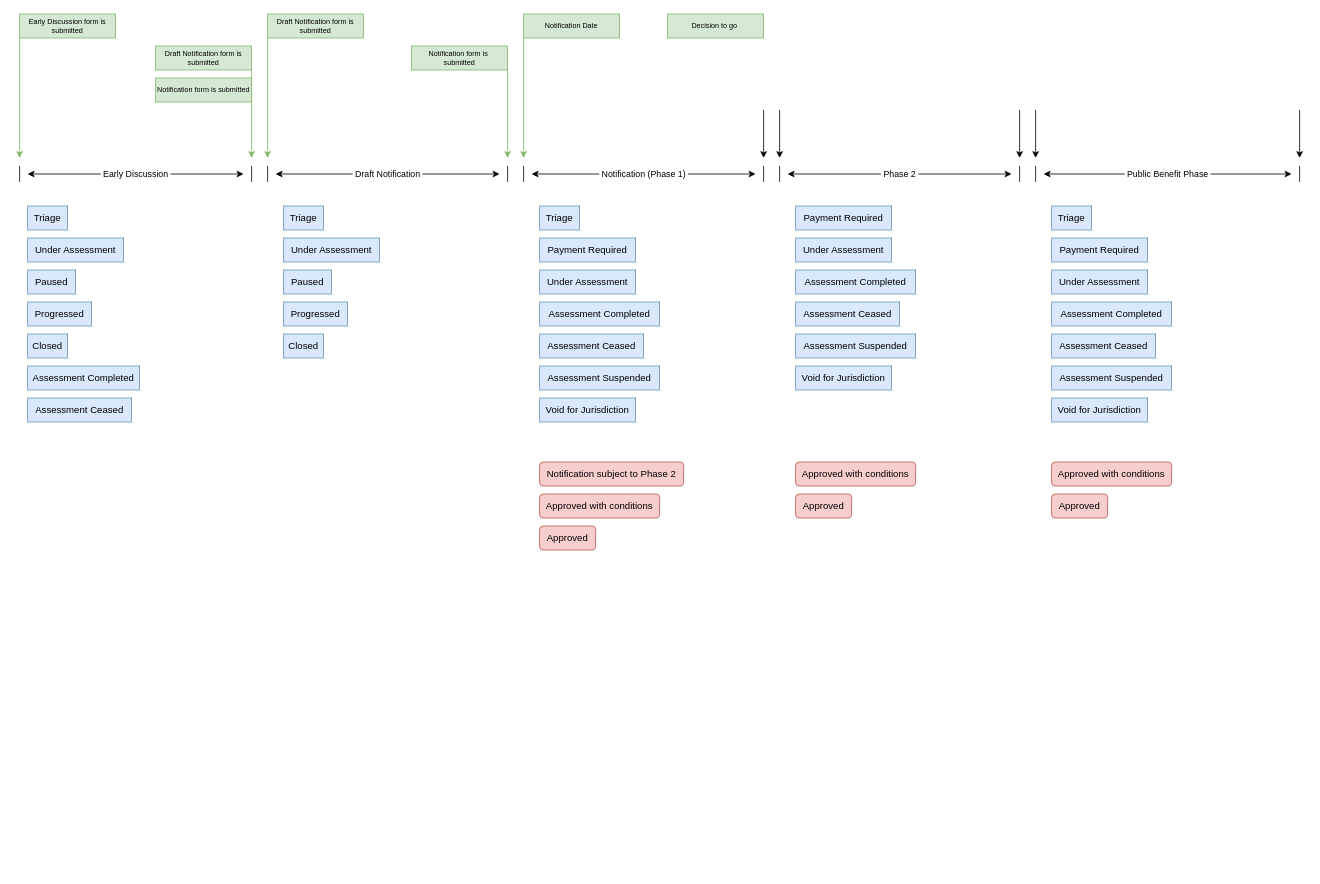
This is logging/Merger Matter Phase and Status.drawio from danieldotskc/helloworld, a draw.io file, before an edit. Source tidied: cells renumbered, new cells numbered last; positions are measured from the earlier drawing's top-left corner, leaving out a move shared by most shapes. Both pictures are drawn from the tidied source at 80%, with x=0, y=0 at pixel (19, 14).
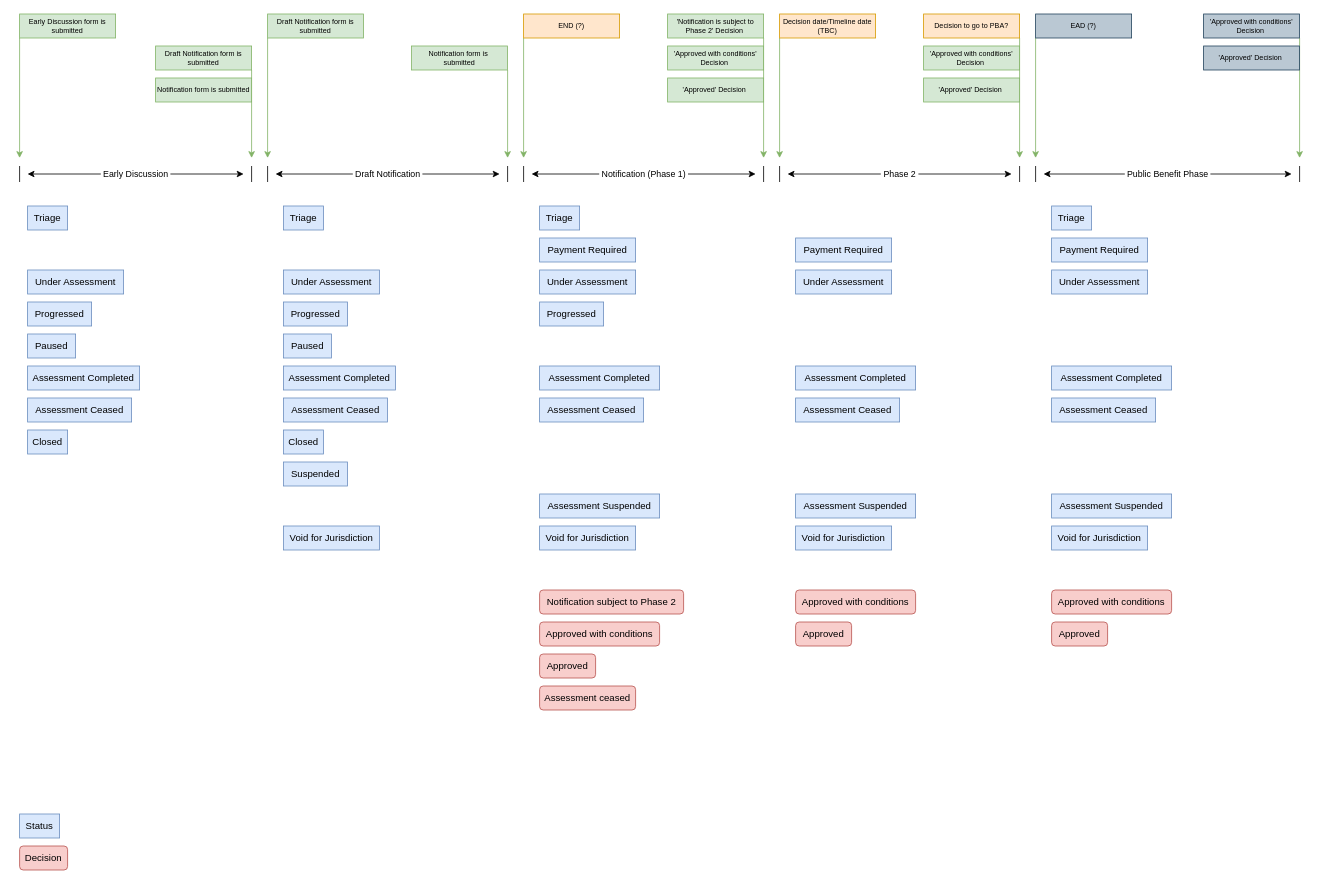
After the change.

Diff of the diagram source:
```diff
@@
     <mxCell id="14" value="Under Assessment" style="rounded=0;whiteSpace=wrap;html=1;fillColor=#dae8fc;strokeColor=#6c8ebf;" parent="1" vertex="1">
-      <mxGeometry x="10" y="280" width="120" height="30" as="geometry" />
+      <mxGeometry x="10" y="320" width="120" height="30" as="geometry" />
     </mxCell>
     <mxCell id="15" value="Paused" style="rounded=0;whiteSpace=wrap;html=1;fillColor=#dae8fc;strokeColor=#6c8ebf;" parent="1" vertex="1">
-      <mxGeometry x="10" y="320" width="60" height="30" as="geometry" />
+      <mxGeometry x="10" y="400" width="60" height="30" as="geometry" />
     </mxCell>
     <mxCell id="16" value="Closed" style="rounded=0;whiteSpace=wrap;html=1;fillColor=#dae8fc;strokeColor=#6c8ebf;" parent="1" vertex="1">
-      <mxGeometry x="10" y="400" width="50" height="30" as="geometry" />
+      <mxGeometry x="10" y="520" width="50" height="30" as="geometry" />
     </mxCell>
@@
     <mxCell id="19" value="Under Assessment" style="rounded=0;whiteSpace=wrap;html=1;fillColor=#dae8fc;strokeColor=#6c8ebf;" parent="1" vertex="1">
-      <mxGeometry x="330" y="280" width="120" height="30" as="geometry" />
+      <mxGeometry x="330" y="320" width="120" height="30" as="geometry" />
     </mxCell>
     <mxCell id="20" value="Paused" style="rounded=0;whiteSpace=wrap;html=1;fillColor=#dae8fc;strokeColor=#6c8ebf;" parent="1" vertex="1">
-      <mxGeometry x="330" y="320" width="60" height="30" as="geometry" />
+      <mxGeometry x="330" y="400" width="60" height="30" as="geometry" />
     </mxCell>
     <mxCell id="21" value="Closed" style="rounded=0;whiteSpace=wrap;html=1;fillColor=#dae8fc;strokeColor=#6c8ebf;" parent="1" vertex="1">
-      <mxGeometry x="330" y="400" width="50" height="30" as="geometry" />
+      <mxGeometry x="330" y="520" width="50" height="30" as="geometry" />
     </mxCell>
@@
     <mxCell id="25" value="Assessment Completed" style="rounded=0;whiteSpace=wrap;html=1;fillColor=#dae8fc;strokeColor=#6c8ebf;" parent="1" vertex="1">
-      <mxGeometry x="650" y="360" width="150" height="30" as="geometry" />
+      <mxGeometry x="650" y="440" width="150" height="30" as="geometry" />
     </mxCell>
     <mxCell id="26" value="Void for Jurisdiction" style="rounded=0;whiteSpace=wrap;html=1;fillColor=#dae8fc;strokeColor=#6c8ebf;" parent="1" vertex="1">
-      <mxGeometry x="650" y="480" width="120" height="30" as="geometry" />
+      <mxGeometry x="650" y="640" width="120" height="30" as="geometry" />
     </mxCell>
@@
     <mxCell id="28" value="Assessment Ceased" style="rounded=0;whiteSpace=wrap;html=1;fillColor=#dae8fc;strokeColor=#6c8ebf;" parent="1" vertex="1">
-      <mxGeometry x="650" y="400" width="130" height="30" as="geometry" />
+      <mxGeometry x="650" y="480" width="130" height="30" as="geometry" />
     </mxCell>
     <mxCell id="29" value="Assessment Suspended" style="rounded=0;whiteSpace=wrap;html=1;fillColor=#dae8fc;strokeColor=#6c8ebf;" parent="1" vertex="1">
-      <mxGeometry x="650" y="440" width="150" height="30" as="geometry" />
+      <mxGeometry x="650" y="600" width="150" height="30" as="geometry" />
     </mxCell>
     <mxCell id="30" value="Under Assessment" style="rounded=0;whiteSpace=wrap;html=1;fillColor=#dae8fc;strokeColor=#6c8ebf;" parent="1" vertex="1">
-      <mxGeometry x="970" y="280" width="120" height="30" as="geometry" />
+      <mxGeometry x="970" y="320" width="120" height="30" as="geometry" />
     </mxCell>
     <mxCell id="31" value="Assessment Completed" style="rounded=0;whiteSpace=wrap;html=1;fillColor=#dae8fc;strokeColor=#6c8ebf;" parent="1" vertex="1">
-      <mxGeometry x="970" y="320" width="150" height="30" as="geometry" />
+      <mxGeometry x="970" y="440" width="150" height="30" as="geometry" />
     </mxCell>
     <mxCell id="32" value="Void for Jurisdiction" style="rounded=0;whiteSpace=wrap;html=1;fillColor=#dae8fc;strokeColor=#6c8ebf;" parent="1" vertex="1">
-      <mxGeometry x="970" y="440" width="120" height="30" as="geometry" />
+      <mxGeometry x="970" y="640" width="120" height="30" as="geometry" />
     </mxCell>
     <mxCell id="33" value="Payment Required" style="rounded=0;whiteSpace=wrap;html=1;fillColor=#dae8fc;strokeColor=#6c8ebf;" parent="1" vertex="1">
-      <mxGeometry x="970" y="240" width="120" height="30" as="geometry" />
+      <mxGeometry x="970" y="280" width="120" height="30" as="geometry" />
     </mxCell>
     <mxCell id="34" value="Assessment Ceased" style="rounded=0;whiteSpace=wrap;html=1;fillColor=#dae8fc;strokeColor=#6c8ebf;" parent="1" vertex="1">
-      <mxGeometry x="970" y="360" width="130" height="30" as="geometry" />
+      <mxGeometry x="970" y="480" width="130" height="30" as="geometry" />
     </mxCell>
     <mxCell id="35" value="Assessment Suspended" style="rounded=0;whiteSpace=wrap;html=1;fillColor=#dae8fc;strokeColor=#6c8ebf;" parent="1" vertex="1">
-      <mxGeometry x="970" y="400" width="150" height="30" as="geometry" />
+      <mxGeometry x="970" y="600" width="150" height="30" as="geometry" />
     </mxCell>
@@
     <mxCell id="38" value="Assessment Completed" style="rounded=0;whiteSpace=wrap;html=1;fillColor=#dae8fc;strokeColor=#6c8ebf;" parent="1" vertex="1">
-      <mxGeometry x="1290" y="360" width="150" height="30" as="geometry" />
+      <mxGeometry x="1290" y="440" width="150" height="30" as="geometry" />
     </mxCell>
     <mxCell id="39" value="Void for Jurisdiction" style="rounded=0;whiteSpace=wrap;html=1;fillColor=#dae8fc;strokeColor=#6c8ebf;" parent="1" vertex="1">
-      <mxGeometry x="1290" y="480" width="120" height="30" as="geometry" />
+      <mxGeometry x="1290" y="640" width="120" height="30" as="geometry" />
     </mxCell>
@@
     <mxCell id="41" value="Assessment Ceased" style="rounded=0;whiteSpace=wrap;html=1;fillColor=#dae8fc;strokeColor=#6c8ebf;" parent="1" vertex="1">
-      <mxGeometry x="1290" y="400" width="130" height="30" as="geometry" />
+      <mxGeometry x="1290" y="480" width="130" height="30" as="geometry" />
     </mxCell>
     <mxCell id="42" value="Assessment Suspended" style="rounded=0;whiteSpace=wrap;html=1;fillColor=#dae8fc;strokeColor=#6c8ebf;" parent="1" vertex="1">
-      <mxGeometry x="1290" y="440" width="150" height="30" as="geometry" />
+      <mxGeometry x="1290" y="600" width="150" height="30" as="geometry" />
     </mxCell>
     <mxCell id="43" value="Notification subject to Phase 2" style="rounded=1;whiteSpace=wrap;html=1;fillColor=#f8cecc;strokeColor=#b85450;" parent="1" vertex="1">
-      <mxGeometry x="650" y="560" width="180" height="30" as="geometry" />
+      <mxGeometry x="650" y="720" width="180" height="30" as="geometry" />
     </mxCell>
     <mxCell id="44" value="Approved with conditions" style="rounded=1;whiteSpace=wrap;html=1;fillColor=#f8cecc;strokeColor=#b85450;" parent="1" vertex="1">
-      <mxGeometry x="650" y="600" width="150" height="30" as="geometry" />
+      <mxGeometry x="650" y="760" width="150" height="30" as="geometry" />
     </mxCell>
     <mxCell id="45" value="Approved" style="rounded=1;whiteSpace=wrap;html=1;fillColor=#f8cecc;strokeColor=#b85450;" parent="1" vertex="1">
-      <mxGeometry x="650" y="640" width="70" height="30" as="geometry" />
+      <mxGeometry x="650" y="800" width="70" height="30" as="geometry" />
     </mxCell>
     <mxCell id="46" value="Approved with conditions" style="rounded=1;whiteSpace=wrap;html=1;fillColor=#f8cecc;strokeColor=#b85450;" parent="1" vertex="1">
-      <mxGeometry x="970" y="560" width="150" height="30" as="geometry" />
+      <mxGeometry x="970" y="720" width="150" height="30" as="geometry" />
     </mxCell>
     <mxCell id="47" value="Approved" style="rounded=1;whiteSpace=wrap;html=1;fillColor=#f8cecc;strokeColor=#b85450;" parent="1" vertex="1">
-      <mxGeometry x="970" y="600" width="70" height="30" as="geometry" />
+      <mxGeometry x="970" y="760" width="70" height="30" as="geometry" />
     </mxCell>
     <mxCell id="48" value="Approved with conditions" style="rounded=1;whiteSpace=wrap;html=1;fillColor=#f8cecc;strokeColor=#b85450;" parent="1" vertex="1">
-      <mxGeometry x="1290" y="560" width="150" height="30" as="geometry" />
+      <mxGeometry x="1290" y="720" width="150" height="30" as="geometry" />
     </mxCell>
     <mxCell id="49" value="Approved" style="rounded=1;whiteSpace=wrap;html=1;fillColor=#f8cecc;strokeColor=#b85450;" parent="1" vertex="1">
-      <mxGeometry x="1290" y="600" width="70" height="30" as="geometry" />
+      <mxGeometry x="1290" y="760" width="70" height="30" as="geometry" />
     </mxCell>
@@
-    <mxCell id="59" style="endArrow=classic;html=1;rounded=0;" parent="1" edge="1">
+    <mxCell id="59" style="endArrow=classic;html=1;rounded=0;exitX=1;exitY=1;exitDx=0;exitDy=0;fillColor=#d5e8d4;strokeColor=#82b366;" parent="1" edge="1" source="70">
       <mxGeometry relative="1" as="geometry">
-        <mxPoint x="930" y="120" as="sourcePoint" />
         <mxPoint x="930" y="180" as="targetPoint" />
       </mxGeometry>
     </mxCell>
-    <mxCell id="60" style="endArrow=classic;html=1;rounded=0;" parent="1" edge="1">
+    <mxCell id="60" style="endArrow=classic;html=1;rounded=0;exitX=0;exitY=1;exitDx=0;exitDy=0;fillColor=#d5e8d4;strokeColor=#82b366;" parent="1" edge="1" source="81">
       <mxGeometry relative="1" as="geometry">
-        <mxPoint x="950" y="120" as="sourcePoint" />
         <mxPoint x="950" y="180" as="targetPoint" />
       </mxGeometry>
     </mxCell>
-    <mxCell id="61" style="endArrow=classic;html=1;rounded=0;" parent="1" edge="1">
+    <mxCell id="61" style="endArrow=classic;html=1;rounded=0;exitX=1;exitY=1;exitDx=0;exitDy=0;fillColor=#d5e8d4;strokeColor=#82b366;" parent="1" edge="1" source="84">
       <mxGeometry relative="1" as="geometry">
-        <mxPoint x="1250" y="120" as="sourcePoint" />
         <mxPoint x="1250" y="180" as="targetPoint" />
       </mxGeometry>
     </mxCell>
-    <mxCell id="62" style="endArrow=classic;html=1;rounded=0;" parent="1" edge="1">
+    <mxCell id="62" style="endArrow=classic;html=1;rounded=0;exitX=0;exitY=1;exitDx=0;exitDy=0;fillColor=#d5e8d4;strokeColor=#82b366;" parent="1" edge="1" source="87">
       <mxGeometry relative="1" as="geometry">
-        <mxPoint x="1270" y="120" as="sourcePoint" />
         <mxPoint x="1270" y="180" as="targetPoint" />
       </mxGeometry>
     </mxCell>
-    <mxCell id="63" style="endArrow=classic;html=1;rounded=0;" parent="1" edge="1">
+    <mxCell id="63" style="endArrow=classic;html=1;rounded=0;exitX=1;exitY=1;exitDx=0;exitDy=0;fillColor=#d5e8d4;strokeColor=#82b366;" parent="1" edge="1" source="88">
       <mxGeometry relative="1" as="geometry">
-        <mxPoint x="1600" y="120" as="sourcePoint" />
         <mxPoint x="1600" y="180" as="targetPoint" />
       </mxGeometry>
     </mxCell>
@@
-    <mxCell id="69" value="Notification Date" style="rounded=0;whiteSpace=wrap;html=1;fontSize=9;fillColor=#d5e8d4;strokeColor=#82b366;" parent="1" vertex="1">
+    <mxCell id="69" value="END (?)" style="rounded=0;whiteSpace=wrap;html=1;fontSize=9;fillColor=#ffe6cc;strokeColor=#d79b00;" parent="1" vertex="1">
       <mxGeometry x="630" width="120" height="30" as="geometry" />
     </mxCell>
-    <mxCell id="70" value="Decision to go&amp;nbsp;" style="rounded=0;whiteSpace=wrap;html=1;fontSize=9;fillColor=#d5e8d4;strokeColor=#82b366;" parent="1" vertex="1">
+    <mxCell id="70" value="'Notification is subject to Phase 2' Decision&amp;nbsp;" style="rounded=0;whiteSpace=wrap;html=1;fontSize=9;fillColor=#d5e8d4;strokeColor=#82b366;" parent="1" vertex="1">
       <mxGeometry x="810" width="120" height="30" as="geometry" />
     </mxCell>
@@
+    <mxCell id="73" value="Progressed" style="rounded=0;whiteSpace=wrap;html=1;fillColor=#dae8fc;strokeColor=#6c8ebf;" parent="1" vertex="1">
+      <mxGeometry x="650" y="360" width="80" height="30" as="geometry" />
+    </mxCell>
+    <mxCell id="74" value="Assessment Completed" style="rounded=0;whiteSpace=wrap;html=1;fillColor=#dae8fc;strokeColor=#6c8ebf;" parent="1" vertex="1">
+      <mxGeometry x="330" y="440" width="140" height="30" as="geometry" />
+    </mxCell>
+    <mxCell id="75" value="Assessment Ceased" style="rounded=0;whiteSpace=wrap;html=1;fillColor=#dae8fc;strokeColor=#6c8ebf;" parent="1" vertex="1">
+      <mxGeometry x="330" y="480" width="130" height="30" as="geometry" />
+    </mxCell>
+    <mxCell id="76" value="Suspended" style="rounded=0;whiteSpace=wrap;html=1;fillColor=#dae8fc;strokeColor=#6c8ebf;" parent="1" vertex="1">
+      <mxGeometry x="330" y="560" width="80" height="30" as="geometry" />
+    </mxCell>
+    <mxCell id="77" value="Void for Jurisdiction" style="rounded=0;whiteSpace=wrap;html=1;fillColor=#dae8fc;strokeColor=#6c8ebf;" parent="1" vertex="1">
+      <mxGeometry x="330" y="640" width="120" height="30" as="geometry" />
+    </mxCell>
+    <mxCell id="78" value="'Approved with conditions' Decision&amp;nbsp;" style="rounded=0;whiteSpace=wrap;html=1;fontSize=9;fillColor=#d5e8d4;strokeColor=#82b366;" parent="1" vertex="1">
+      <mxGeometry x="810" y="40" width="120" height="30" as="geometry" />
+    </mxCell>
+    <mxCell id="79" value="'Approved' Decision&amp;nbsp;" style="rounded=0;whiteSpace=wrap;html=1;fontSize=9;fillColor=#d5e8d4;strokeColor=#82b366;" parent="1" vertex="1">
+      <mxGeometry x="810" y="80" width="120" height="30" as="geometry" />
+    </mxCell>
+    <mxCell id="80" value="Assessment ceased" style="rounded=1;whiteSpace=wrap;html=1;fillColor=#f8cecc;strokeColor=#b85450;" parent="1" vertex="1">
+      <mxGeometry x="650" y="840" width="120" height="30" as="geometry" />
+    </mxCell>
+    <mxCell id="81" value="Decision date/Timeline date (TBC)" style="rounded=0;whiteSpace=wrap;html=1;fontSize=9;fillColor=#ffe6cc;strokeColor=#d79b00;" parent="1" vertex="1">
+      <mxGeometry x="950" width="120" height="30" as="geometry" />
+    </mxCell>
+    <mxCell id="82" value="Status" style="rounded=0;whiteSpace=wrap;html=1;fillColor=#dae8fc;strokeColor=#6c8ebf;" parent="1" vertex="1">
+      <mxGeometry y="1000" width="50" height="30" as="geometry" />
+    </mxCell>
+    <mxCell id="83" value="Decision" style="rounded=1;whiteSpace=wrap;html=1;fillColor=#f8cecc;strokeColor=#b85450;" parent="1" vertex="1">
+      <mxGeometry y="1040" width="60" height="30" as="geometry" />
+    </mxCell>
+    <mxCell id="84" value="Decision to go to PBA?" style="rounded=0;whiteSpace=wrap;html=1;fontSize=9;fillColor=#ffe6cc;strokeColor=#d79b00;" parent="1" vertex="1">
+      <mxGeometry x="1130" width="120" height="30" as="geometry" />
+    </mxCell>
+    <mxCell id="85" value="'Approved with conditions' Decision&amp;nbsp;" style="rounded=0;whiteSpace=wrap;html=1;fontSize=9;fillColor=#d5e8d4;strokeColor=#82b366;" parent="1" vertex="1">
+      <mxGeometry x="1130" y="40" width="120" height="30" as="geometry" />
+    </mxCell>
+    <mxCell id="86" value="'Approved' Decision&amp;nbsp;" style="rounded=0;whiteSpace=wrap;html=1;fontSize=9;fillColor=#d5e8d4;strokeColor=#82b366;" parent="1" vertex="1">
+      <mxGeometry x="1130" y="80" width="120" height="30" as="geometry" />
+    </mxCell>
+    <mxCell id="87" value="EAD (?)" style="rounded=0;whiteSpace=wrap;html=1;fontSize=9;fillColor=#bac8d3;strokeColor=#23445d;" parent="1" vertex="1">
+      <mxGeometry x="1270" width="120" height="30" as="geometry" />
+    </mxCell>
+    <mxCell id="88" value="'Approved with conditions' Decision&amp;nbsp;" style="rounded=0;whiteSpace=wrap;html=1;fontSize=9;fillColor=#bac8d3;strokeColor=#23445d;" parent="1" vertex="1">
+      <mxGeometry x="1480" width="120" height="30" as="geometry" />
+    </mxCell>
+    <mxCell id="89" value="'Approved' Decision&amp;nbsp;" style="rounded=0;whiteSpace=wrap;html=1;fontSize=9;fillColor=#bac8d3;strokeColor=#23445d;" parent="1" vertex="1">
+      <mxGeometry x="1480" y="40" width="120" height="30" as="geometry" />
+    </mxCell>
```
